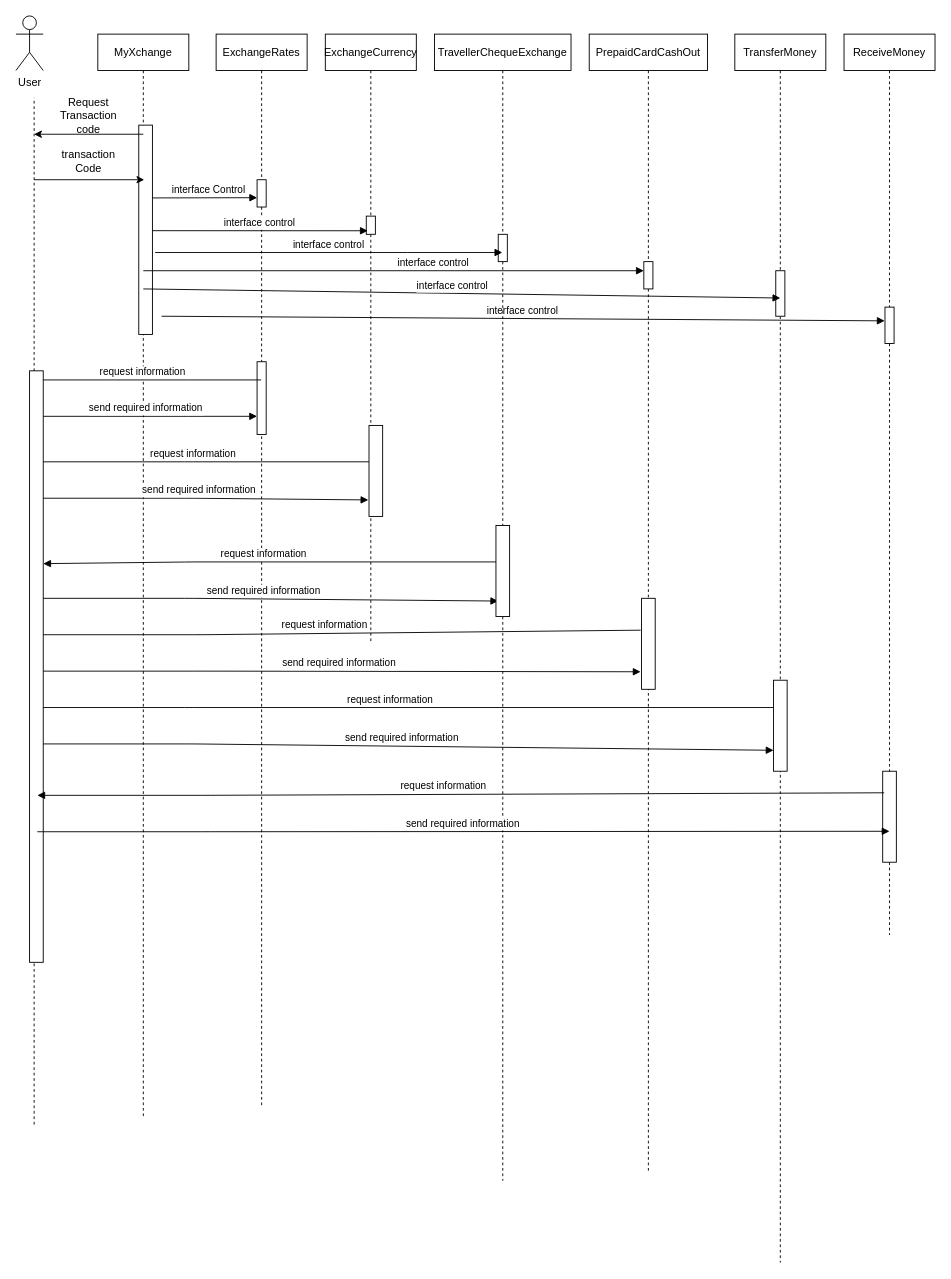
Before: SequenceDiagram.drawio in rishabacharya/dfd, a draw.io diagram. Source tidied: cells renumbered, new cells numbered last; positions are measured from the earlier drawing's top-left corner, leaving out a move shared by most shapes. Both pictures are drawn from the tidied source at 91%, with x=0, y=0 at pixel (15, 15).
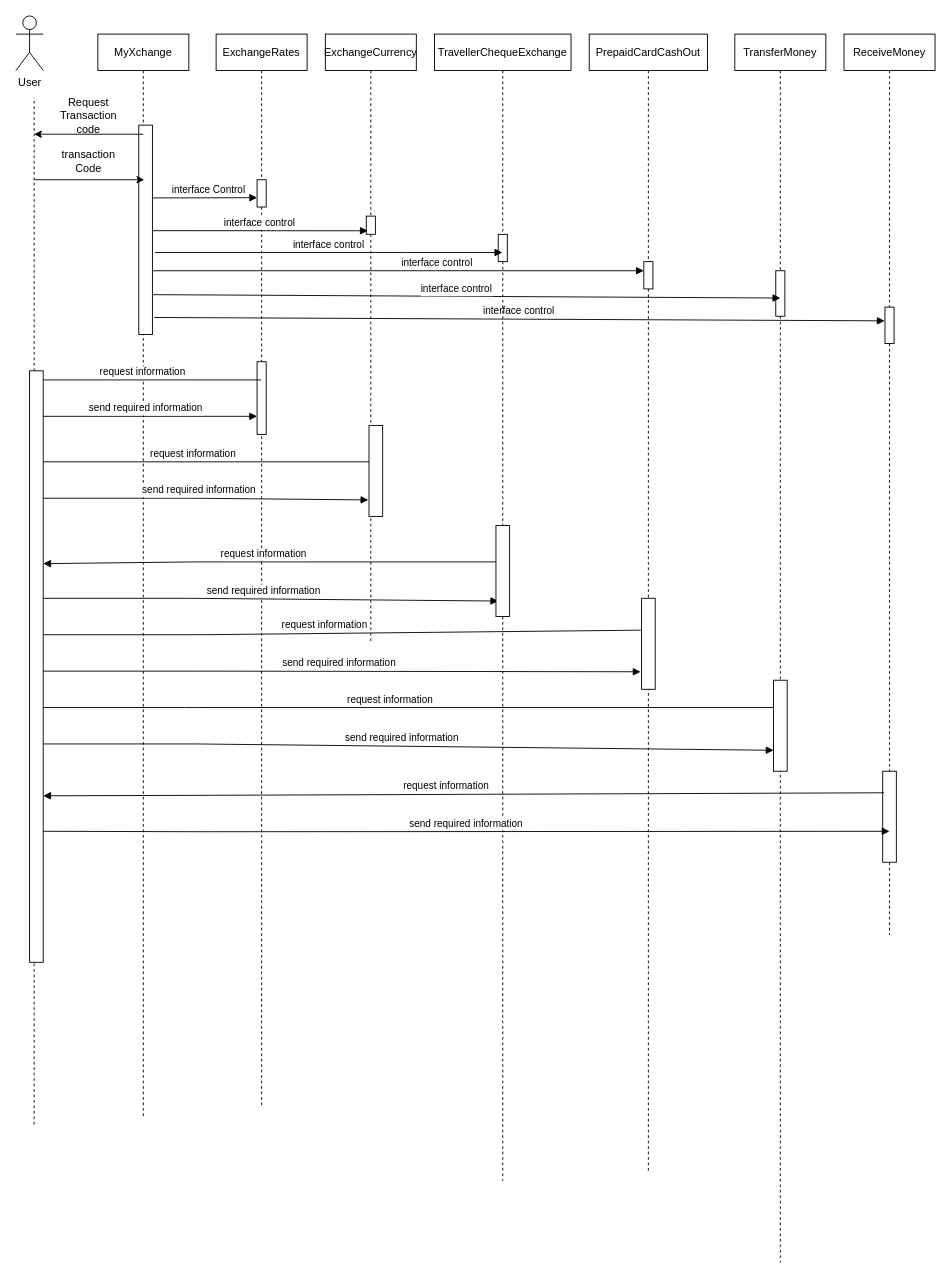
The same page after the edit.

The change refers to these unchanged cells:
```xml
<mxCell id="3" style="points=[];perimeter=orthogonalPerimeter;rounded=0;shadow=0;strokeWidth=1;" parent="2" vertex="1">
  <mxGeometry x="45" y="100" width="15" height="230" as="geometry" />
</mxCell>
<mxCell id="14" style="points=[];perimeter=orthogonalPerimeter;rounded=0;shadow=0;strokeWidth=1;" parent="13" vertex="1">
  <mxGeometry x="45" y="300" width="10" height="40" as="geometry" />
</mxCell>
<mxCell id="16" style="points=[];perimeter=orthogonalPerimeter;rounded=0;shadow=0;strokeWidth=1;" parent="15" vertex="1">
  <mxGeometry x="60" y="250" width="10" height="30" as="geometry" />
</mxCell>
<mxCell id="18" style="points=[];perimeter=orthogonalPerimeter;rounded=0;shadow=0;strokeWidth=1;" parent="17" vertex="1">
  <mxGeometry x="45" y="260" width="10" height="50" as="geometry" />
</mxCell>
<mxCell id="44" style="points=[];perimeter=orthogonalPerimeter;rounded=0;shadow=0;strokeWidth=1;" parent="1" vertex="1">
  <mxGeometry x="952.5" y="830" width="15" height="100" as="geometry" />
</mxCell>
```

What changed in the source:
```diff
@@
-    <mxCell id="6" value="interface control" style="verticalAlign=bottom;endArrow=block;shadow=0;strokeWidth=1;entryX=-0.032;entryY=0.377;entryDx=0;entryDy=0;entryPerimeter=0;" parent="1" edge="1" target="14">
-      <mxGeometry relative="1" as="geometry">
-        <mxPoint x="160" y="330" as="sourcePoint" />
-      </mxGeometry>
+    <mxCell id="6" value="interface control" style="verticalAlign=bottom;endArrow=block;shadow=0;strokeWidth=1;entryX=-0.032;entryY=0.377;entryDx=0;entryDy=0;entryPerimeter=0;exitX=1.131;exitY=0.919;exitDx=0;exitDy=0;exitPerimeter=0;" parent="1" edge="1" source="3" target="14">
+      <mxGeometry relative="1" as="geometry" />
     </mxCell>
@@
-    <mxCell id="26" value="interface control" style="verticalAlign=bottom;endArrow=block;shadow=0;strokeWidth=1;exitX=0.513;exitY=0.392;exitDx=0;exitDy=0;exitPerimeter=0;" parent="1" edge="1" target="16">
+    <mxCell id="26" value="interface control" style="verticalAlign=bottom;endArrow=block;shadow=0;strokeWidth=1;" parent="1" edge="1" target="16">
       <mxGeometry x="0.16" relative="1" as="geometry">
-        <mxPoint x="140" y="280" as="sourcePoint" />
+        <mxPoint x="150" y="280" as="sourcePoint" />
       </mxGeometry>
     </mxCell>
-    <mxCell id="27" value="interface control" style="verticalAlign=bottom;endArrow=block;shadow=0;strokeWidth=1;exitX=0.513;exitY=0.392;exitDx=0;exitDy=0;exitPerimeter=0;entryX=0.5;entryY=0.6;entryDx=0;entryDy=0;entryPerimeter=0;" parent="1" edge="1" target="18">
-      <mxGeometry x="-0.03" y="-1" relative="1" as="geometry">
-        <mxPoint x="140" y="300" as="sourcePoint" />
-      </mxGeometry>
+    <mxCell id="27" value="interface control" style="verticalAlign=bottom;endArrow=block;shadow=0;strokeWidth=1;exitX=1.026;exitY=0.81;exitDx=0;exitDy=0;exitPerimeter=0;entryX=0.5;entryY=0.6;entryDx=0;entryDy=0;entryPerimeter=0;" parent="1" edge="1" source="3" target="18">
+      <mxGeometry x="-0.03" y="-1" relative="1" as="geometry" />
     </mxCell>
@@
     <mxCell id="45" value="request information" style="verticalAlign=bottom;endArrow=block;shadow=0;strokeWidth=1;exitX=0.107;exitY=0.237;exitDx=0;exitDy=0;exitPerimeter=0;" parent="1" edge="1" source="44">
       <mxGeometry x="0.04" relative="1" as="geometry">
-        <mxPoint x="23.5" y="856.5" as="targetPoint" />
+        <mxPoint x="30" y="857" as="targetPoint" />
         <Array as="points">
           <mxPoint x="203.5" y="856.5" />
         </Array>
       </mxGeometry>
     </mxCell>
     <mxCell id="46" value="send required information" style="verticalAlign=bottom;endArrow=block;shadow=0;strokeWidth=1;" parent="1" edge="1">
       <mxGeometry relative="1" as="geometry">
-        <mxPoint x="23.5" y="896.5" as="sourcePoint" />
+        <mxPoint x="30" y="896" as="sourcePoint" />
         <mxPoint x="960" y="896" as="targetPoint" />
         <Array as="points">
           <mxPoint x="203.5" y="896.5" />
         </Array>
       </mxGeometry>
     </mxCell>
```
